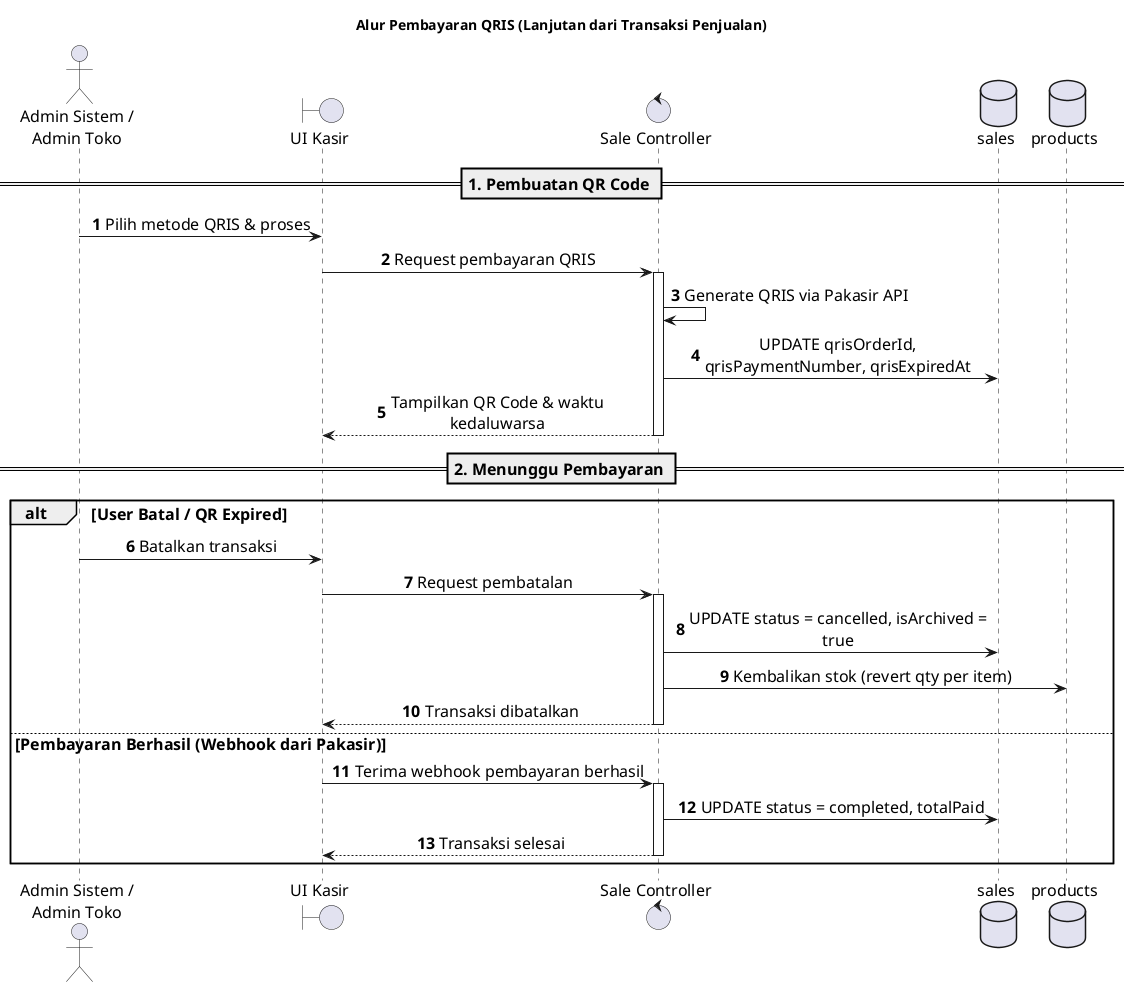
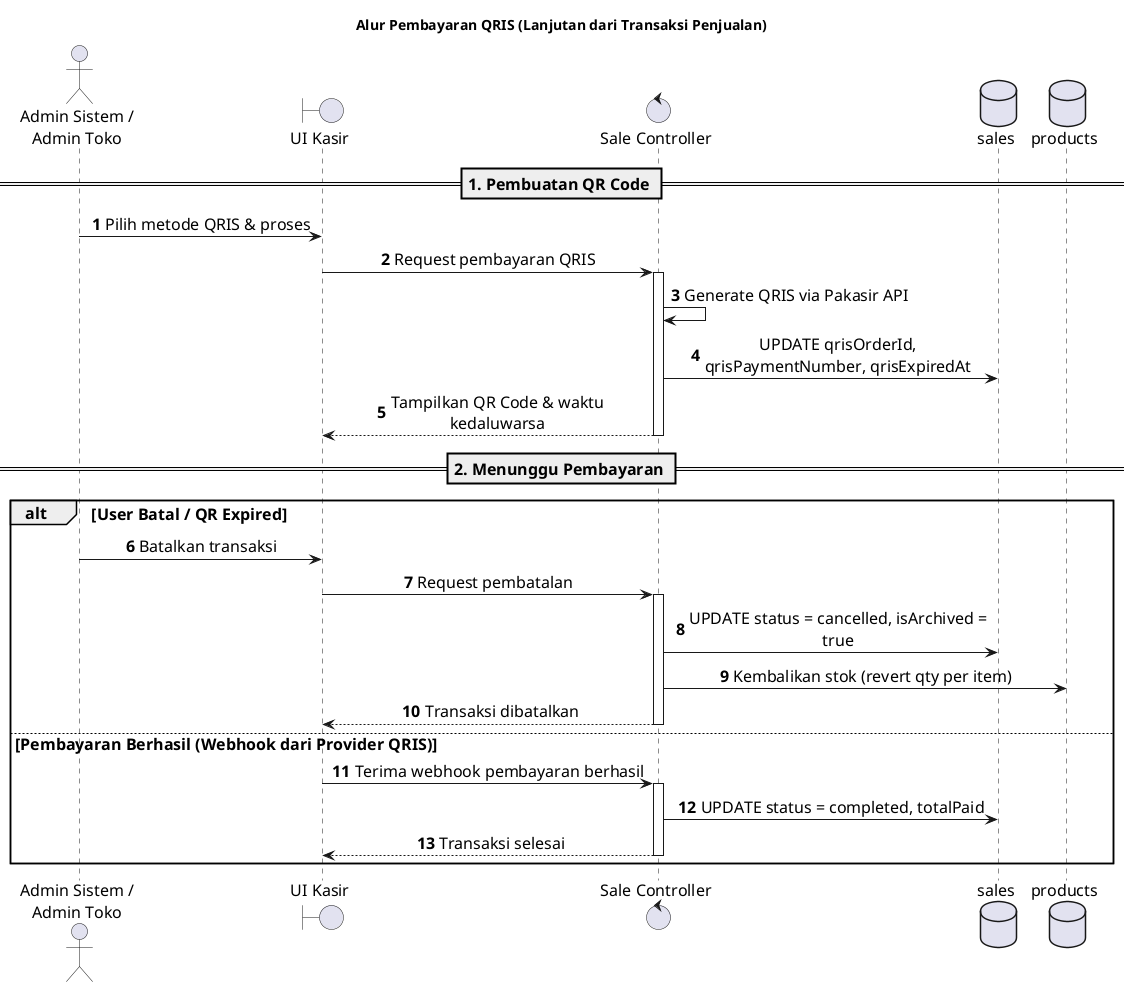
@startuml Sales_QRIS_Flow
autonumber

skinparam BoxPadding 5
skinparam ParticipantPadding 8
skinparam defaultFontSize 16
skinparam maxMessageSize 300
skinparam sequenceMessageAlign center

actor "Admin Sistem /\nAdmin Toko" as Admin
boundary "UI Kasir" as UI
control "Sale Controller" as Ctrl
database "sales" as s
database "products" as p

title Alur Pembayaran QRIS (Lanjutan dari Transaksi Penjualan)


== 1. Pembuatan QR Code ==
Admin -> UI : Pilih metode QRIS & proses
UI -> Ctrl : Request pembayaran QRIS
activate Ctrl
Ctrl -> Ctrl : Generate QRIS via Pakasir API
Ctrl -> s : UPDATE qrisOrderId, qrisPaymentNumber, qrisExpiredAt
Ctrl --> UI : Tampilkan QR Code & waktu kedaluwarsa
deactivate Ctrl

== 2. Menunggu Pembayaran ==
alt User Batal / QR Expired
    Admin -> UI : Batalkan transaksi
    UI -> Ctrl : Request pembatalan
    activate Ctrl
    Ctrl -> s : UPDATE status = cancelled, isArchived = true
    Ctrl -> p : Kembalikan stok (revert qty per item)
    Ctrl --> UI : Transaksi dibatalkan
    deactivate Ctrl

- else Pembayaran Berhasil (Webhook dari Pakasir)
+ else Pembayaran Berhasil (Webhook dari Provider QRIS)
    UI -> Ctrl : Terima webhook pembayaran berhasil
    activate Ctrl
    Ctrl -> s : UPDATE status = completed, totalPaid
    Ctrl --> UI : Transaksi selesai
    deactivate Ctrl
end

@enduml
